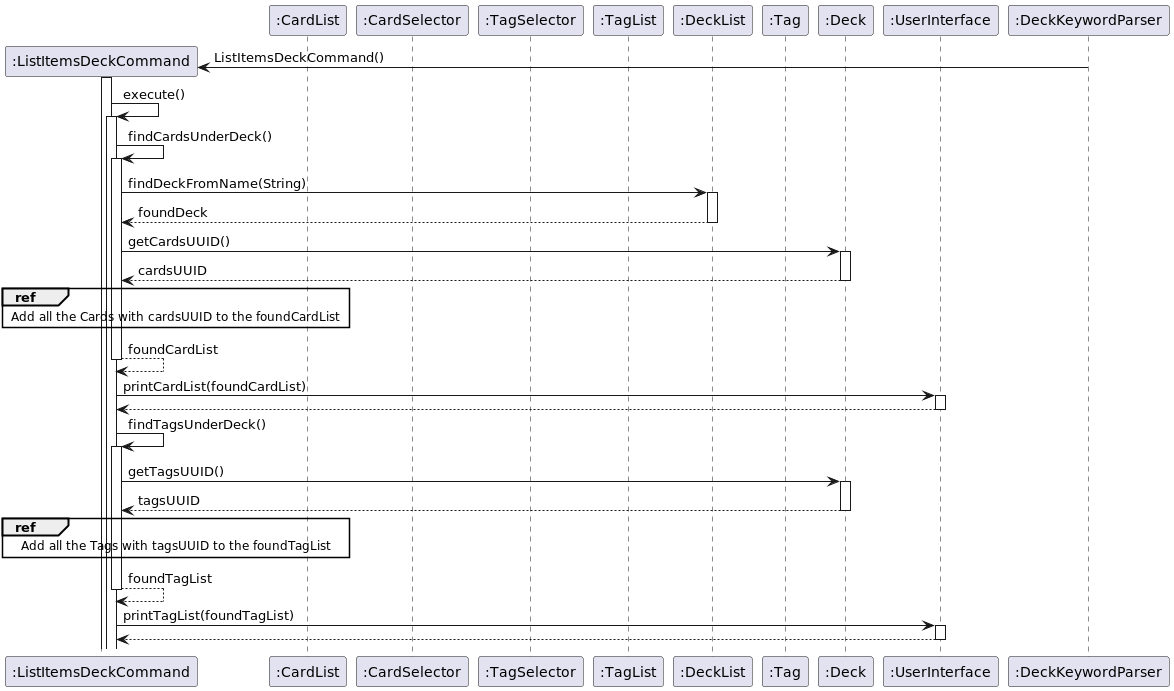
Above: docs/img/ListItemDeckFinal.png in nus-cs2113-AY2223S2/tp (PlantUML), before the change. The source it was exported from:
```plantuml
@startuml
autoactivate on

participant ":ListItemsDeckCommand" as ListItemsDeckCommand
participant ":TagList" as TagList
participant ":CardList" as CardList
participant ":CardSelector" as CardSelector
participant ":TagSelector" as TagSelector
participant ":TagList" as TagList
participant ":DeckList" as DeckList
participant ":Tag" as Tag
participant ":Deck" as Deck

participant ":UserInterface" as UserInterface
participant ":DeckKeywordParser" as DeckKeywordParser


Create ListItemsDeckCommand
DeckKeywordParser -> ListItemsDeckCommand : ListItemsDeckCommand()
activate ListItemsDeckCommand

ListItemsDeckCommand -> ListItemsDeckCommand : execute()
ListItemsDeckCommand -> ListItemsDeckCommand : findCardsUnderDeck()
ListItemsDeckCommand -> DeckList : findDeckFromName(String)
return foundDeck

ListItemsDeckCommand -> Deck : getCardsUUID()
return cardsUUID

ref over ListItemsDeckCommand, CardList
Add all the Cards with cardsUUID to the foundCardList
end ref

return foundCardList
ListItemsDeckCommand -> UserInterface : printCardList(foundCardList)
return


ListItemsDeckCommand -> ListItemsDeckCommand : findTagsUnderDeck()

ListItemsDeckCommand -> Deck : getTagsUUID()
return tagsUUID

ref over ListItemsDeckCommand, CardList
Add all the Tags with tagsUUID to the foundTagList
end ref

return foundTagList
ListItemsDeckCommand -> UserInterface : printTagList(foundTagList)
return


@enduml
```
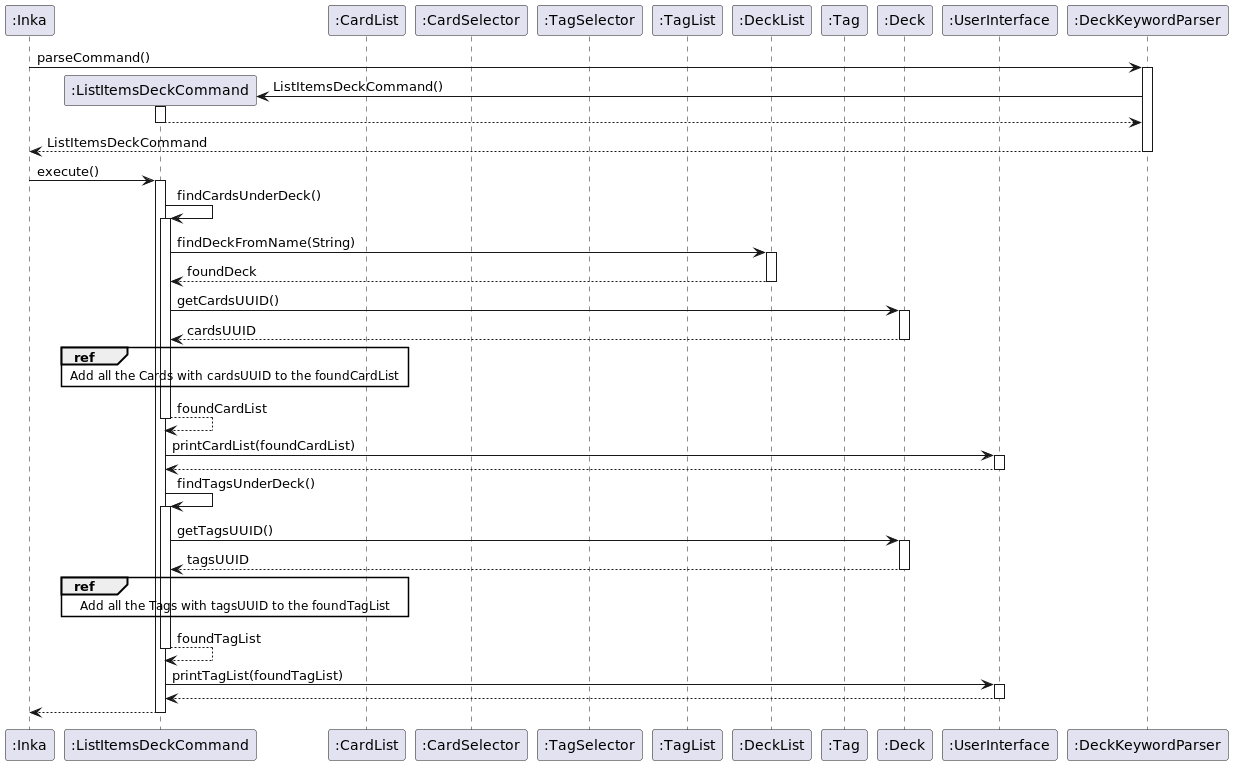
After the commit.

Change to the diagram source:
```diff
@@ -1,6 +1,7 @@
-@startuml
+@startuml ListItemsDeckCommand
 autoactivate on
 
+participant ":Inka" as Inka
 participant ":ListItemsDeckCommand" as ListItemsDeckCommand
 participant ":TagList" as TagList
 participant ":CardList" as CardList
@@ -14,12 +15,14 @@
 participant ":UserInterface" as UserInterface
 participant ":DeckKeywordParser" as DeckKeywordParser
 
+Inka -> DeckKeywordParser : parseCommand()
 
 Create ListItemsDeckCommand
 DeckKeywordParser -> ListItemsDeckCommand : ListItemsDeckCommand()
-activate ListItemsDeckCommand
+return
+return ListItemsDeckCommand
 
-ListItemsDeckCommand -> ListItemsDeckCommand : execute()
+Inka -> ListItemsDeckCommand : execute()
 ListItemsDeckCommand -> ListItemsDeckCommand : findCardsUnderDeck()
 ListItemsDeckCommand -> DeckList : findDeckFromName(String)
 return foundDeck
@@ -30,7 +33,6 @@
 ref over ListItemsDeckCommand, CardList
 Add all the Cards with cardsUUID to the foundCardList
 end ref
-
 return foundCardList
 ListItemsDeckCommand -> UserInterface : printCardList(foundCardList)
 return
@@ -49,5 +51,7 @@
 ListItemsDeckCommand -> UserInterface : printTagList(foundTagList)
 return
 
+return
+
 
 @enduml
```
